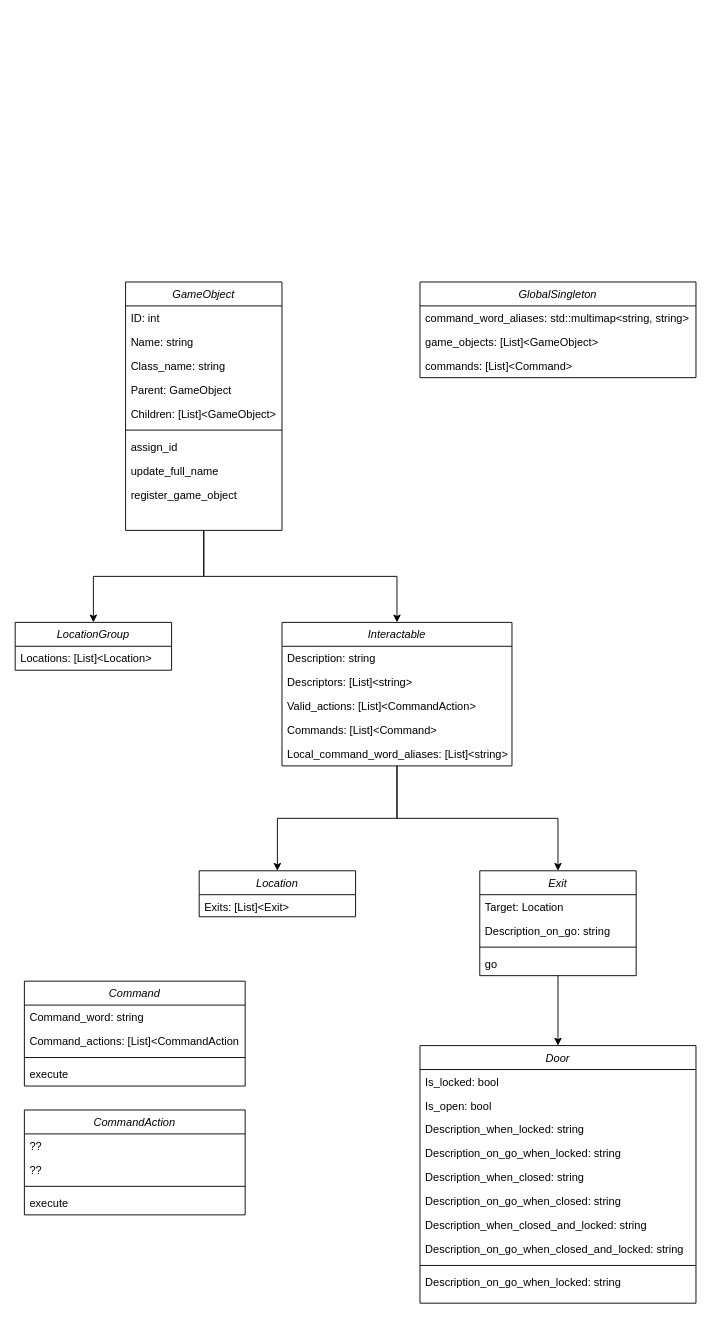
Before: notes/Classes.drawio in seedback/TBGE, a draw.io diagram. Source tidied: cells renumbered, new cells numbered last; positions are measured from the earlier drawing's top-left corner, leaving out a move shared by most shapes. Both pictures are drawn from the tidied source at 92%, with x=0, y=0 at pixel (15, 282).
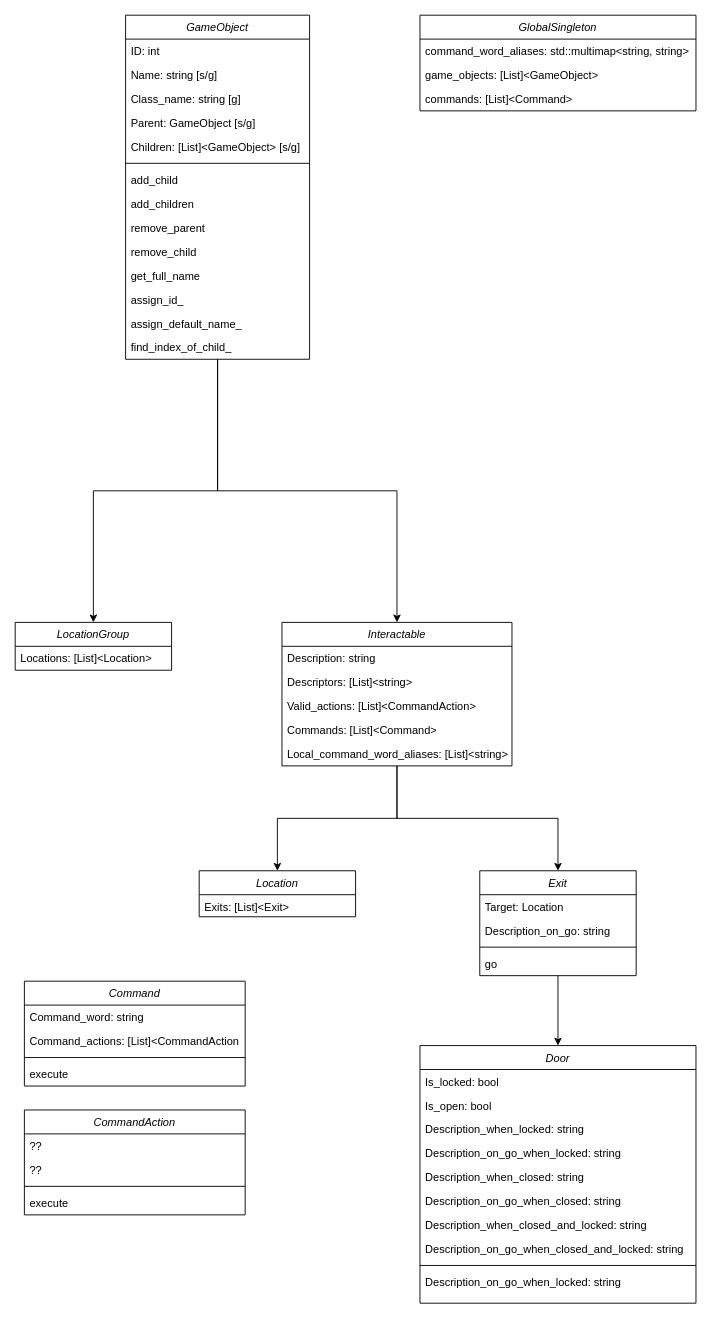
The same page after the edit.

What changed in the source:
```diff
@@
     <mxCell id="4" value="GameObject" style="swimlane;fontStyle=2;align=center;verticalAlign=top;horizontal=1;startSize=26;rounded=0;shadow=0;strokeWidth=1;" parent="1" vertex="1">
-      <mxGeometry x="120" width="170" height="270" as="geometry" />
+      <mxGeometry x="120" y="-290" width="200" height="374" as="geometry" />
     </mxCell>
     <mxCell id="5" value="ID: int" style="text;align=left;verticalAlign=top;spacingLeft=4;spacingRight=4;overflow=hidden;" parent="4" vertex="1">
-      <mxGeometry y="26" width="170" height="26" as="geometry" />
+      <mxGeometry y="26" width="200" height="26" as="geometry" />
     </mxCell>
-    <mxCell id="6" value="Name: string" style="text;align=left;verticalAlign=top;spacingLeft=4;spacingRight=4;overflow=hidden;rounded=0;shadow=0;html=0;" parent="4" vertex="1">
-      <mxGeometry y="52" width="170" height="26" as="geometry" />
+    <mxCell id="6" value="Name: string [s/g]" style="text;align=left;verticalAlign=top;spacingLeft=4;spacingRight=4;overflow=hidden;rounded=0;shadow=0;html=0;" parent="4" vertex="1">
+      <mxGeometry y="52" width="200" height="26" as="geometry" />
     </mxCell>
-    <mxCell id="7" value="Class_name: string" style="text;align=left;verticalAlign=top;spacingLeft=4;spacingRight=4;overflow=hidden;rounded=0;shadow=0;html=0;" parent="4" vertex="1">
-      <mxGeometry y="78" width="170" height="26" as="geometry" />
+    <mxCell id="7" value="Class_name: string [g]" style="text;align=left;verticalAlign=top;spacingLeft=4;spacingRight=4;overflow=hidden;rounded=0;shadow=0;html=0;" parent="4" vertex="1">
+      <mxGeometry y="78" width="200" height="26" as="geometry" />
     </mxCell>
-    <mxCell id="8" value="Parent: GameObject" style="text;align=left;verticalAlign=top;spacingLeft=4;spacingRight=4;overflow=hidden;rounded=0;shadow=0;html=0;" parent="4" vertex="1">
-      <mxGeometry y="104" width="170" height="26" as="geometry" />
+    <mxCell id="8" value="Parent: GameObject [s/g]" style="text;align=left;verticalAlign=top;spacingLeft=4;spacingRight=4;overflow=hidden;rounded=0;shadow=0;html=0;" parent="4" vertex="1">
+      <mxGeometry y="104" width="200" height="26" as="geometry" />
     </mxCell>
-    <mxCell id="9" value="Children: [List]&lt;GameObject&gt;" style="text;align=left;verticalAlign=top;spacingLeft=4;spacingRight=4;overflow=hidden;rounded=0;shadow=0;html=0;" parent="4" vertex="1">
-      <mxGeometry y="130" width="170" height="26" as="geometry" />
+    <mxCell id="9" value="Children: [List]&lt;GameObject&gt; [s/g]" style="text;align=left;verticalAlign=top;spacingLeft=4;spacingRight=4;overflow=hidden;rounded=0;shadow=0;html=0;" parent="4" vertex="1">
+      <mxGeometry y="130" width="200" height="26" as="geometry" />
     </mxCell>
     <mxCell id="10" style="line;html=1;strokeWidth=1;align=left;verticalAlign=middle;spacingTop=-1;spacingLeft=3;spacingRight=3;labelPosition=right;" parent="4" vertex="1">
-      <mxGeometry y="156" width="170" height="10" as="geometry" />
+      <mxGeometry y="156" width="200" height="10" as="geometry" />
     </mxCell>
-    <mxCell id="11" value="assign_id" style="text;align=left;verticalAlign=top;spacingLeft=4;spacingRight=4;overflow=hidden;rounded=0;shadow=0;html=0;" parent="4" vertex="1">
-      <mxGeometry y="166" width="170" height="26" as="geometry" />
+    <mxCell id="11" value="add_child" style="text;align=left;verticalAlign=top;spacingLeft=4;spacingRight=4;overflow=hidden;rounded=0;shadow=0;html=0;" parent="4" vertex="1">
+      <mxGeometry y="166" width="200" height="26" as="geometry" />
     </mxCell>
+    <mxCell id="57" value="add_children" style="text;align=left;verticalAlign=top;spacingLeft=4;spacingRight=4;overflow=hidden;rounded=0;shadow=0;html=0;" parent="4" vertex="1">
+      <mxGeometry y="192" width="200" height="26" as="geometry" />
+    </mxCell>
+    <mxCell id="58" value="remove_parent" style="text;align=left;verticalAlign=top;spacingLeft=4;spacingRight=4;overflow=hidden;rounded=0;shadow=0;html=0;" parent="4" vertex="1">
+      <mxGeometry y="218" width="200" height="26" as="geometry" />
+    </mxCell>
+    <mxCell id="59" value="remove_child" style="text;align=left;verticalAlign=top;spacingLeft=4;spacingRight=4;overflow=hidden;rounded=0;shadow=0;html=0;" parent="4" vertex="1">
+      <mxGeometry y="244" width="200" height="26" as="geometry" />
+    </mxCell>
-    <mxCell id="12" value="update_full_name" style="text;align=left;verticalAlign=top;spacingLeft=4;spacingRight=4;overflow=hidden;rounded=0;shadow=0;html=0;" parent="4" vertex="1">
-      <mxGeometry y="192" width="170" height="26" as="geometry" />
+    <mxCell id="12" value="get_full_name" style="text;align=left;verticalAlign=top;spacingLeft=4;spacingRight=4;overflow=hidden;rounded=0;shadow=0;html=0;" parent="4" vertex="1">
+      <mxGeometry y="270" width="200" height="26" as="geometry" />
     </mxCell>
-    <mxCell id="13" value="register_game_object" style="text;align=left;verticalAlign=top;spacingLeft=4;spacingRight=4;overflow=hidden;rounded=0;shadow=0;html=0;" parent="4" vertex="1">
-      <mxGeometry y="218" width="170" height="26" as="geometry" />
-    </mxCell>
+    <mxCell id="60" value="assign_id_" style="text;align=left;verticalAlign=top;spacingLeft=4;spacingRight=4;overflow=hidden;rounded=0;shadow=0;html=0;" parent="4" vertex="1">
+      <mxGeometry y="296" width="200" height="26" as="geometry" />
+    </mxCell>
+    <mxCell id="61" value="assign_default_name_" style="text;align=left;verticalAlign=top;spacingLeft=4;spacingRight=4;overflow=hidden;rounded=0;shadow=0;html=0;" parent="4" vertex="1">
+      <mxGeometry y="322" width="200" height="26" as="geometry" />
+    </mxCell>
+    <mxCell id="62" value="find_index_of_child_" style="text;align=left;verticalAlign=top;spacingLeft=4;spacingRight=4;overflow=hidden;rounded=0;shadow=0;html=0;" parent="4" vertex="1">
+      <mxGeometry y="348" width="200" height="26" as="geometry" />
+    </mxCell>
@@
     <mxCell id="43" value="GlobalSingleton" style="swimlane;fontStyle=2;align=center;verticalAlign=top;horizontal=1;startSize=26;rounded=0;shadow=0;strokeWidth=1;" parent="1" vertex="1">
-      <mxGeometry x="440" width="300" height="104" as="geometry" />
+      <mxGeometry x="440" y="-290" width="300" height="104" as="geometry" />
     </mxCell>
```
